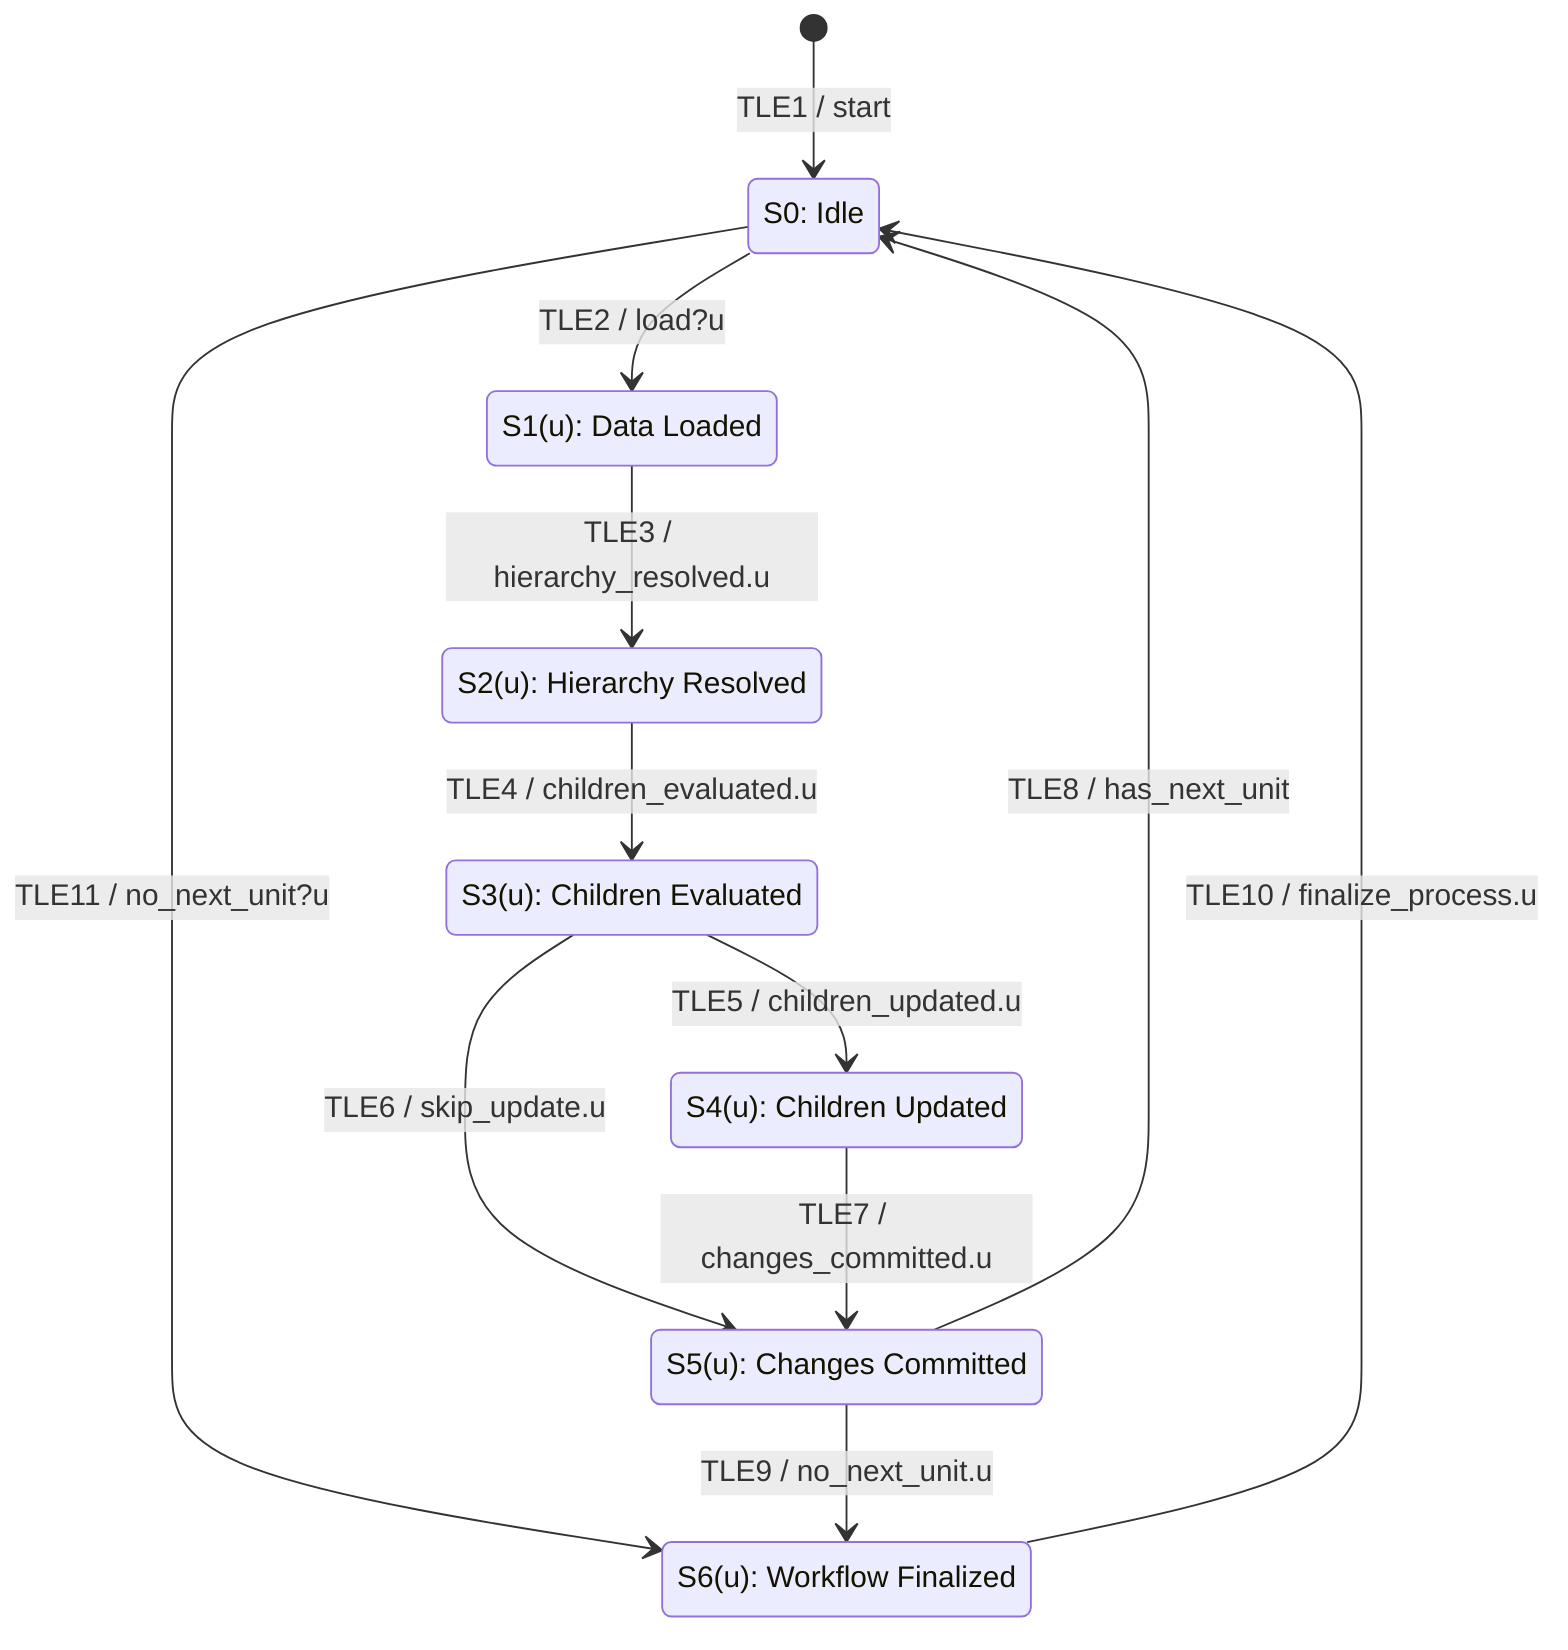
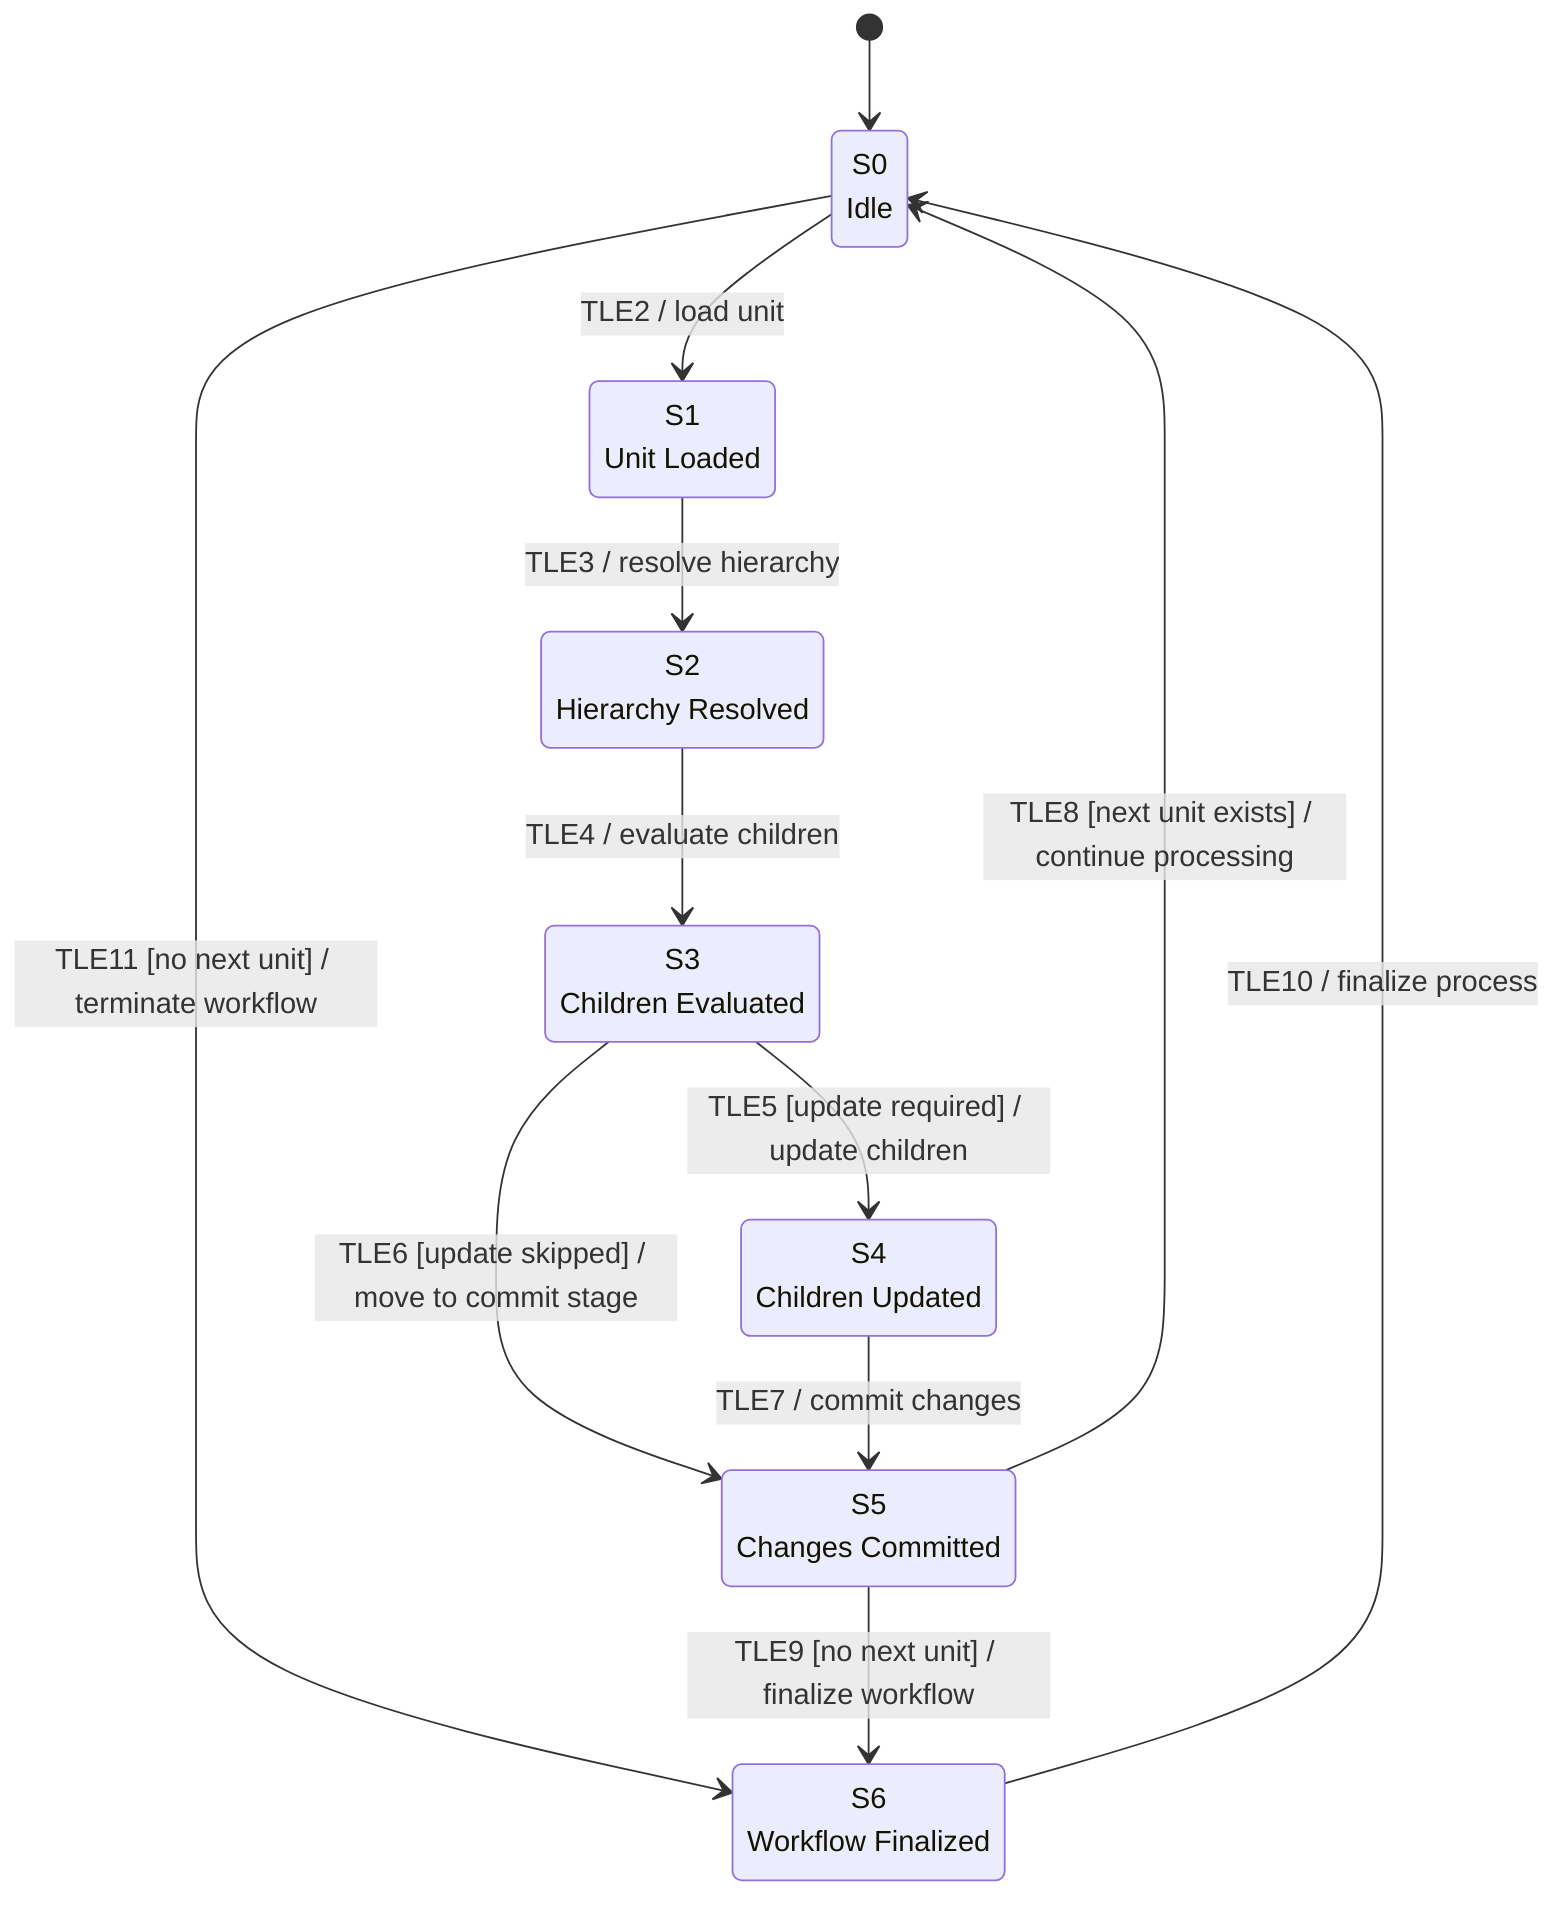
stateDiagram-v2
-     state "S0: Idle" as S0
-     state "S1(u): Data Loaded" as S1
-     state "S2(u): Hierarchy Resolved" as S2
-     state "S3(u): Children Evaluated" as S3
-     state "S4(u): Children Updated" as S4
-     state "S5(u): Changes Committed" as S5
-     state "S6(u): Workflow Finalized" as S6
+     direction TB

-     [*] --> S0 : TLE1 / start
+     [*] --> S0

-     %% Unit Processing Initiation
-     S0 --> S1 : TLE2 / load?u
-     S0 --> S6 : TLE11 / no_next_unit?u
+     state "S0<br/>Idle" as S0
+     state "S1<br/>Unit Loaded" as S1
+     state "S2<br/>Hierarchy Resolved" as S2
+     state "S3<br/>Children Evaluated" as S3
+     state "S4<br/>Children Updated" as S4
+     state "S5<br/>Changes Committed" as S5
+     state "S6<br/>Workflow Finalized" as S6

-     %% Hierarchy and Evaluation
-     S1 --> S2 : TLE3 / hierarchy_resolved.u
-     S2 --> S3 : TLE4 / children_evaluated.u
+     S0 --> S1 : TLE2 / load unit
+     S0 --> S6 : TLE11 [no next unit] / terminate workflow

-     %% Update Decision
-     S3 --> S4 : TLE5 / children_updated.u
-     S3 --> S5 : TLE6 / skip_update.u
+     S1 --> S2 : TLE3 / resolve hierarchy
+     S2 --> S3 : TLE4 / evaluate children

-     %% Persistence and Continuation
-     S4 --> S5 : TLE7 / changes_committed.u
-     S5 --> S0 : TLE8 / has_next_unit
-     S5 --> S6 : TLE9 / no_next_unit.u
+     S3 --> S4 : TLE5 [update required] / update children
+     S3 --> S5 : TLE6 [update skipped] / move to commit stage

-     %% Workflow Finalization
-     S6 --> S0 : TLE10 / finalize_process.u
+     S4 --> S5 : TLE7 / commit changes
+ 
+     S5 --> S0 : TLE8 [next unit exists] / continue processing
+     S5 --> S6 : TLE9 [no next unit] / finalize workflow
+ 
+     S6 --> S0 : TLE10 / finalize process
